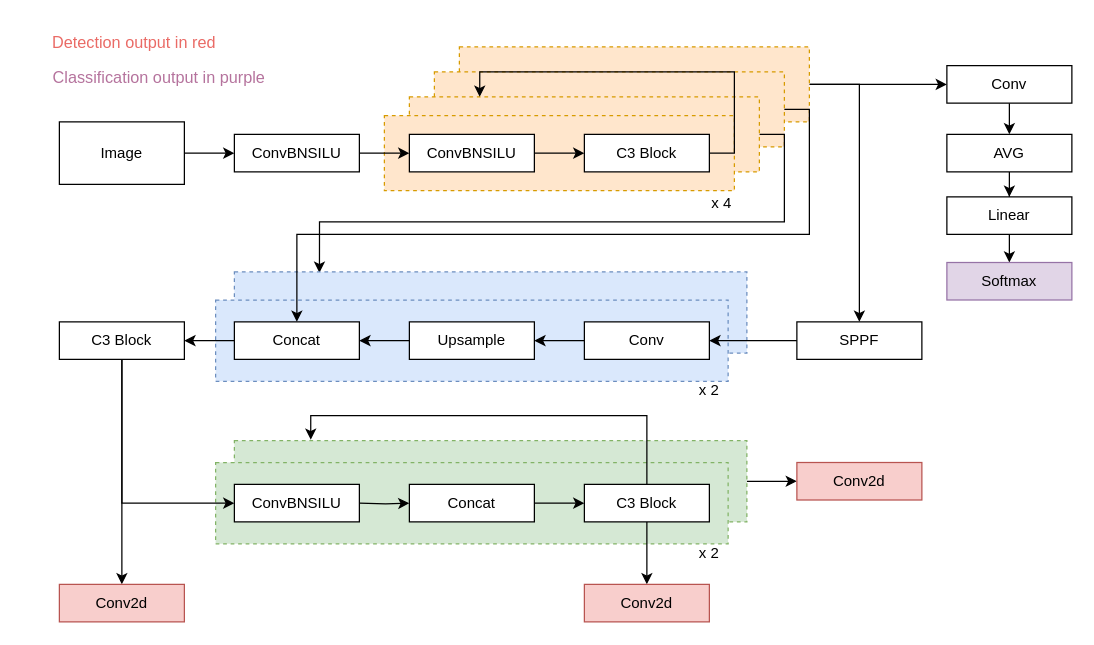
The draw.io diagram Untitled Diagram.drawio in Seeeeeyo/Neural-Network-Architecture-Diagrams, before the edit. Source tidied: cells renumbered, new cells numbered last; positions are measured from the earlier drawing's top-left corner, leaving out a move shared by most shapes. Both pictures are drawn from the tidied source at 125%, with x=0, y=0 at pixel (46, 21).
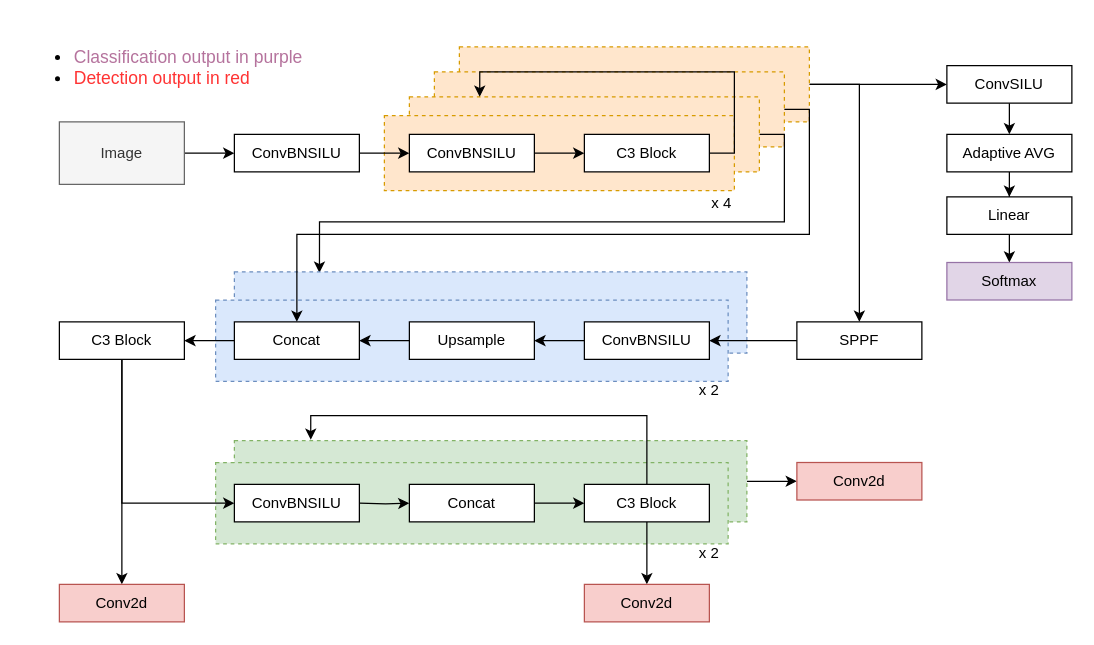
Above is the later version.

Change to the diagram source:
```diff
@@
-    <mxCell id="6" value="Image" style="rounded=0;whiteSpace=wrap;html=1;" parent="1" vertex="1">
+    <mxCell id="6" value="Image" style="rounded=0;whiteSpace=wrap;html=1;fillColor=#f5f5f5;fontColor=#333333;strokeColor=#666666;" parent="1" vertex="1">
       <mxGeometry x="10" y="80" width="100" height="50" as="geometry" />
     </mxCell>
@@
-    <mxCell id="23" value="Conv" style="rounded=0;whiteSpace=wrap;html=1;" parent="1" vertex="1">
+    <mxCell id="23" value="ConvSILU" style="rounded=0;whiteSpace=wrap;html=1;" parent="1" vertex="1">
       <mxGeometry x="720" y="35" width="100" height="30" as="geometry" />
     </mxCell>
@@
-    <mxCell id="25" value="AVG" style="rounded=0;whiteSpace=wrap;html=1;" parent="1" vertex="1">
+    <mxCell id="25" value="Adaptive AVG" style="rounded=0;whiteSpace=wrap;html=1;" parent="1" vertex="1">
       <mxGeometry x="720" y="90" width="100" height="30" as="geometry" />
     </mxCell>
@@
-    <mxCell id="33" value="Conv" style="rounded=0;whiteSpace=wrap;html=1;" parent="1" vertex="1">
+    <mxCell id="33" value="ConvBNSILU" style="rounded=0;whiteSpace=wrap;html=1;" parent="1" vertex="1">
       <mxGeometry x="430" y="240" width="100" height="30" as="geometry" />
     </mxCell>
@@
-    <mxCell id="55" value="&lt;font color=&quot;#b5739d&quot; style=&quot;font-size: 13px;&quot;&gt;Classification output in purple&lt;/font&gt;" style="text;html=1;strokeColor=none;fillColor=none;align=center;verticalAlign=middle;whiteSpace=wrap;rounded=0;" parent="1" vertex="1">
-      <mxGeometry y="27.5" width="180" height="32.5" as="geometry" />
+    <mxCell id="55" value="&lt;ul style=&quot;font-size: 14px;&quot;&gt;&lt;li&gt;&lt;font color=&quot;#b5739d&quot; style=&quot;font-size: 14px;&quot;&gt;Classification output in purple&lt;/font&gt;&lt;/li&gt;&lt;li&gt;&lt;font style=&quot;font-size: 14px;&quot; color=&quot;#ff3333&quot;&gt;Detection output in red&lt;/font&gt;&lt;/li&gt;&lt;/ul&gt;" style="text;html=1;strokeColor=none;fillColor=none;align=left;verticalAlign=middle;whiteSpace=wrap;rounded=0;" parent="1" vertex="1">
+      <mxGeometry x="-20" y="20" width="240" height="32.5" as="geometry" />
     </mxCell>
-    <mxCell id="56" value="&lt;font color=&quot;#ea6b66&quot; style=&quot;font-size: 13px;&quot;&gt;Detection output in red&lt;/font&gt;" style="text;html=1;strokeColor=none;fillColor=none;align=center;verticalAlign=middle;whiteSpace=wrap;rounded=0;" parent="1" vertex="1">
-      <mxGeometry width="140" height="32.5" as="geometry" />
-    </mxCell>
```
